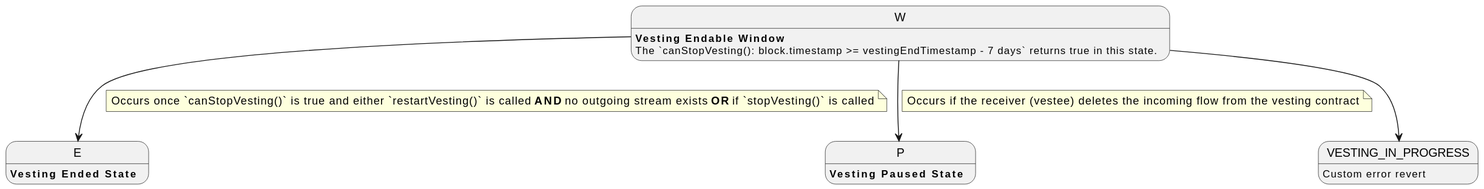
Above: superfluid-vester-a/evm-contracts/plantuml/vesting_endable_state.svg in superfluid-finance/esg (PlantUML), before the change.
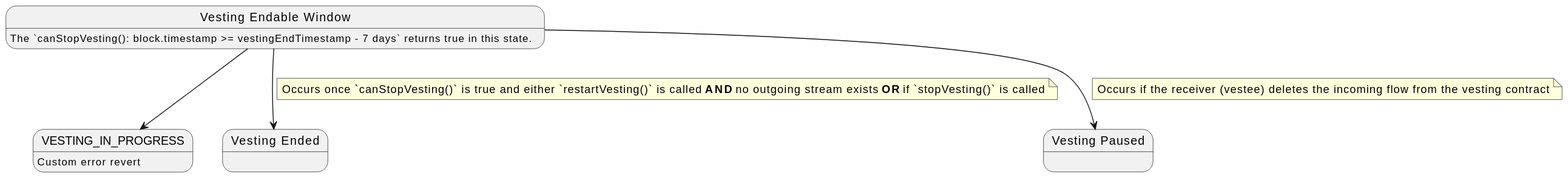
The same diagram one commit later.

What changed in the source:
```diff
@@ -1,15 +1,23 @@
 @startuml
+state W {
+state "Vesting Endable Window" as W
+}
+state E {
+state "Vesting Ended" as E
+}
+
+state P {
+state "Vesting Paused" as P
+}
+
 W --> E
-W : **Vesting Endable Window**
 W : The `canStopVesting(): block.timestamp >= vestingEndTimestamp - 7 days` returns true in this state.
-E : **Vesting Ended State**
 
 note on link
 Occurs once `canStopVesting()` is true and either `restartVesting()` is called **AND** no outgoing stream exists **OR** if `stopVesting()` is called
 end note
 
 W --> P
-P : **Vesting Paused State**
 
 note on link
 Occurs if the receiver (vestee) deletes the incoming flow from the vesting contract
```
